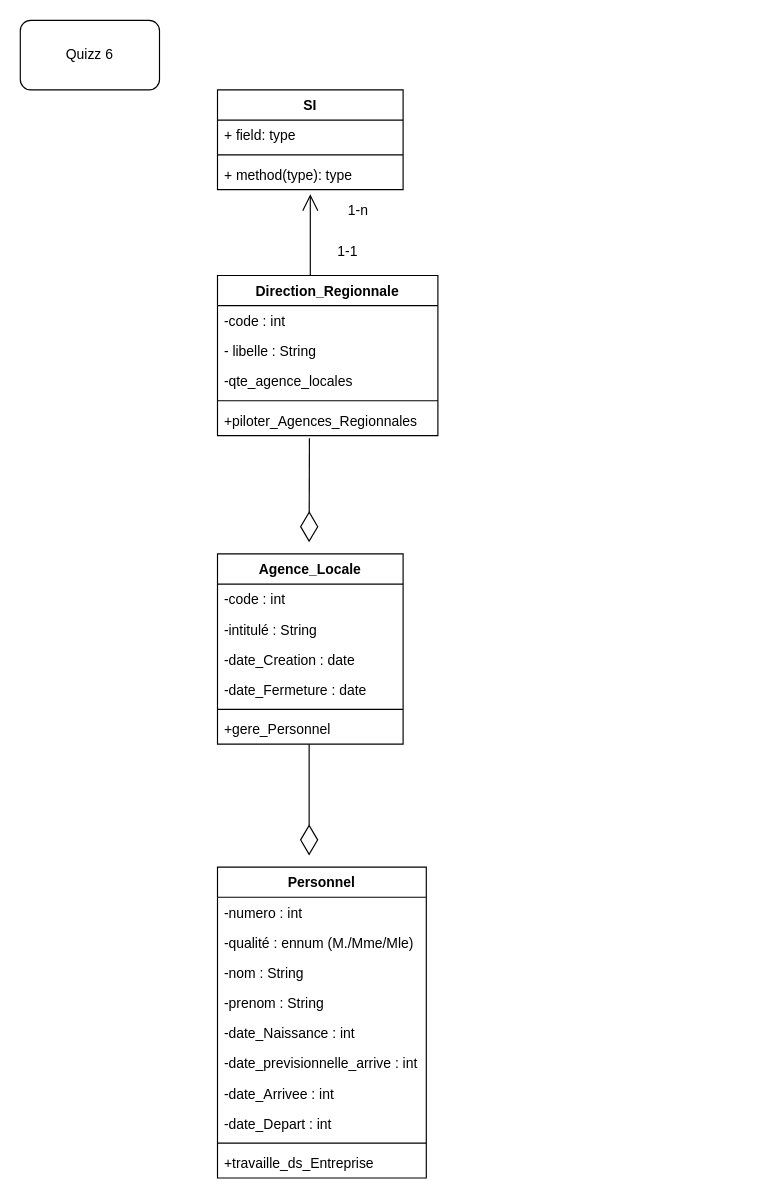
The draw.io diagram Untitled Diagram.drawio in KrettelleNavarro/TP-et-td-UML, before the edit. Source tidied: cells renumbered, new cells numbered last; positions are measured from the earlier drawing's top-left corner, leaving out a move shared by most shapes. Both pictures are drawn from the tidied source at 116%, with x=0, y=0 at pixel (20, 20).
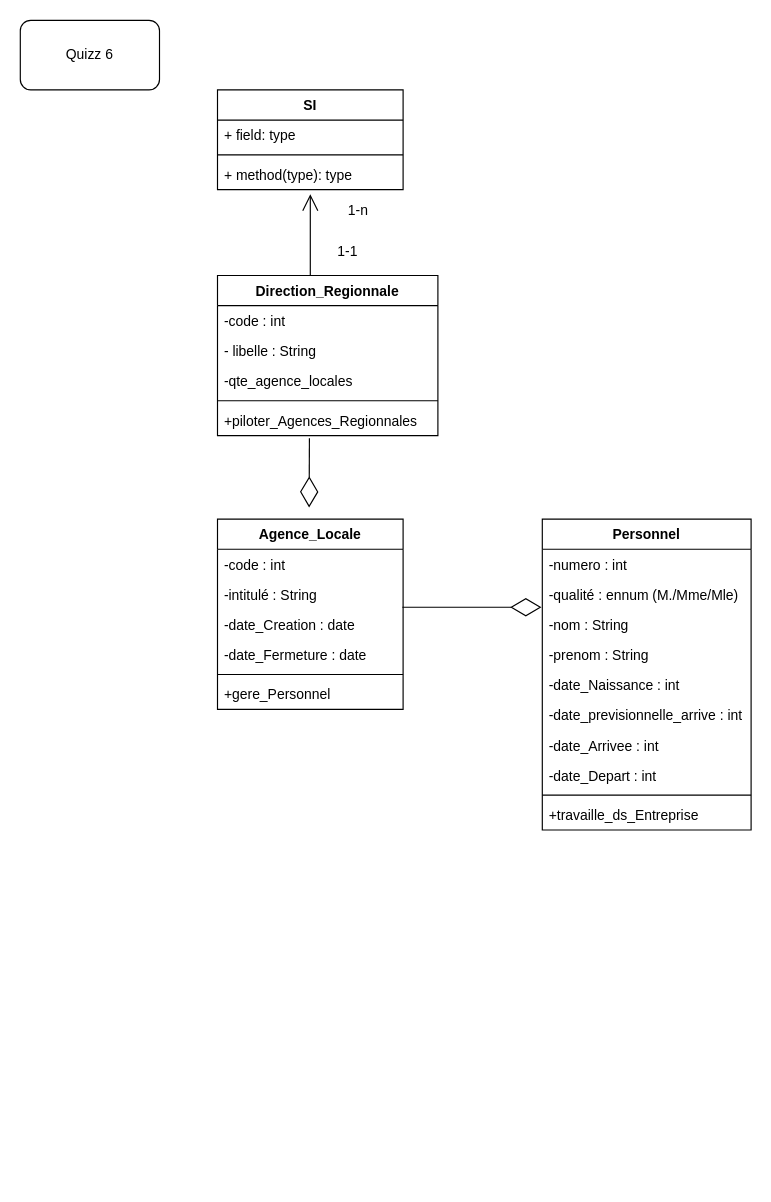
After the change.

The change refers to these unchanged cells:
```xml
<mxCell id="12" value="+piloter_Agences_Regionnales" style="text;strokeColor=none;fillColor=none;align=left;verticalAlign=top;spacingLeft=4;spacingRight=4;overflow=hidden;points=[[0,0.5],[1,0.5]];portConstraint=eastwest;" parent="7" vertex="1">
  <mxGeometry y="112" width="190" height="26" as="geometry" />
</mxCell>
<mxCell id="17" value="-date_Creation : date" style="text;strokeColor=none;fillColor=none;align=left;verticalAlign=top;spacingLeft=4;spacingRight=4;overflow=hidden;points=[[0,0.5],[1,0.5]];portConstraint=eastwest;" parent="14" vertex="1">
  <mxGeometry y="78" width="160" height="26" as="geometry" />
</mxCell>
<mxCell id="25" value="-nom : String" style="text;strokeColor=none;fillColor=none;align=left;verticalAlign=top;spacingLeft=4;spacingRight=4;overflow=hidden;points=[[0,0.5],[1,0.5]];portConstraint=eastwest;" parent="22" vertex="1">
  <mxGeometry y="78" width="180" height="26" as="geometry" />
</mxCell>
```

What changed in the source:
```diff
@@
     <mxCell id="14" value="Agence_Locale" style="swimlane;fontStyle=1;align=center;verticalAlign=top;horizontal=1;startSize=26;" parent="1" vertex="1">
-      <mxGeometry x="170" y="460" width="160" height="164" as="geometry" />
+      <mxGeometry x="170" y="430" width="160" height="164" as="geometry" />
     </mxCell>
@@
     <mxCell id="21" style="endArrow=diamondThin;endFill=0;endSize=24;html=1;exitX=0.417;exitY=1.092;exitDx=0;exitDy=0;exitPerimeter=0;" parent="1" edge="1" source="12">
       <mxGeometry relative="1" as="geometry">
-        <mxPoint x="249" y="450" as="targetPoint" />
+        <mxPoint x="249" y="420" as="targetPoint" />
       </mxGeometry>
     </mxCell>
     <mxCell id="22" value="Personnel" style="swimlane;fontStyle=1;align=center;verticalAlign=top;horizontal=1;startSize=26;" parent="1" vertex="1">
-      <mxGeometry x="170" y="730" width="180" height="268" as="geometry" />
+      <mxGeometry x="450" y="430" width="180" height="268" as="geometry" />
     </mxCell>
@@
-    <mxCell id="35" style="endArrow=diamondThin;endFill=0;endSize=24;html=1;" parent="1" edge="1">
-      <mxGeometry relative="1" as="geometry">
-        <mxPoint x="249" y="624" as="sourcePoint" />
-        <mxPoint x="249" y="720" as="targetPoint" />
-      </mxGeometry>
+    <mxCell id="35" style="endArrow=diamondThin;endFill=0;endSize=24;html=1;exitX=0.996;exitY=-0.077;exitDx=0;exitDy=0;exitPerimeter=0;entryX=-0.004;entryY=-0.077;entryDx=0;entryDy=0;entryPerimeter=0;" parent="1" edge="1" source="17" target="25">
+      <mxGeometry relative="1" as="geometry" />
     </mxCell>
```
